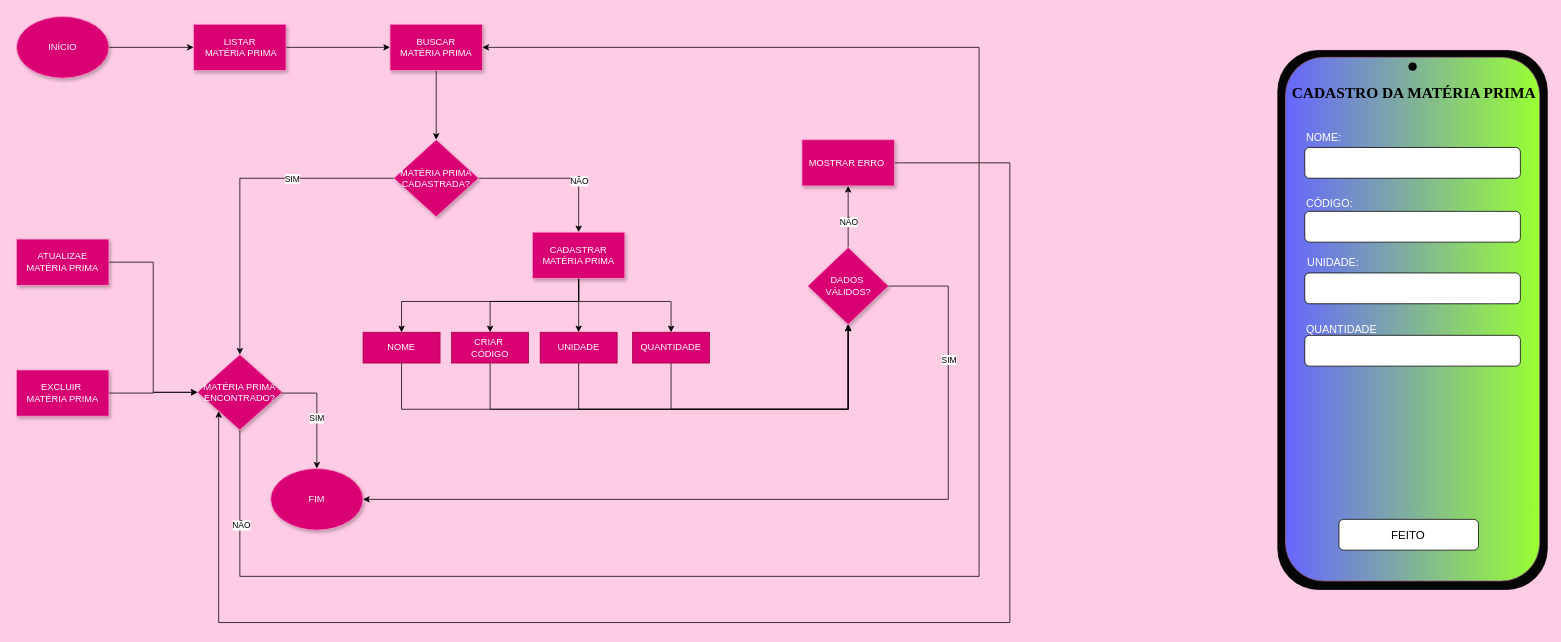
Earlier version of the draw.io diagram page "MATÉRIA PRIMA" (4 of 9) of DOC/FLUXOGRAMA.drawio (Anabovo/avatar.app). Source tidied: cells renumbered, new cells numbered last; positions are measured from the earlier drawing's top-left corner, leaving out a move shared by most shapes. Both pictures are drawn from the tidied source at 77%, with x=0, y=0 at pixel (16, 16).
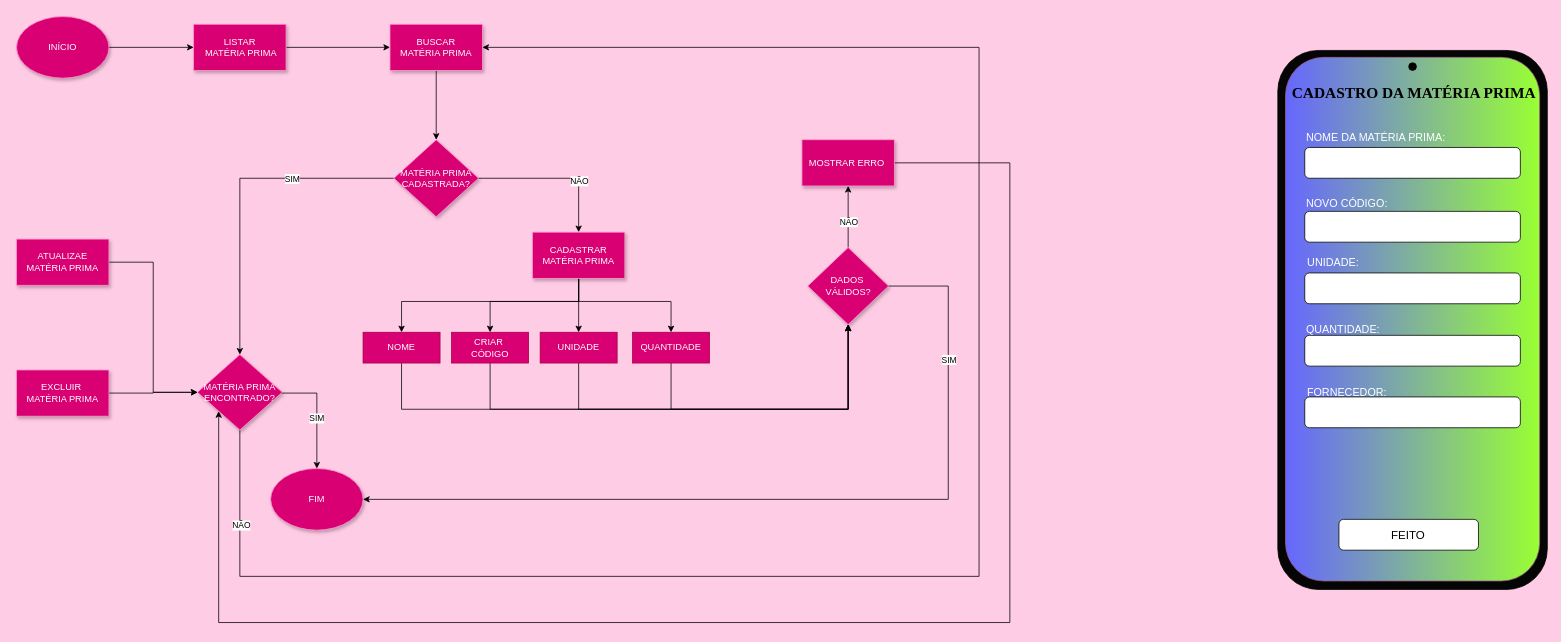
The same page after the edit.

Change to the diagram source:
```diff
@@
-    <mxCell id="47" value="&lt;span style=&quot;font-size: 14px;&quot;&gt;&lt;font color=&quot;#ffffff&quot;&gt;NOME:&lt;/font&gt;&lt;/span&gt;" style="text;html=1;align=left;verticalAlign=middle;whiteSpace=wrap;rounded=0;" parent="1" vertex="1">
-      <mxGeometry x="1673" y="139.5" width="180" height="35" as="geometry" />
+    <mxCell id="47" value="&lt;font color=&quot;#ffffff&quot;&gt;&lt;span style=&quot;font-size: 14px;&quot;&gt;NOME DA MATÉRIA PRIMA:&lt;/span&gt;&lt;/font&gt;" style="text;html=1;align=left;verticalAlign=middle;whiteSpace=wrap;rounded=0;" parent="1" vertex="1">
+      <mxGeometry x="1673" y="139.5" width="197" height="35" as="geometry" />
     </mxCell>
@@
-    <mxCell id="49" value="&lt;span style=&quot;font-size: 14px;&quot;&gt;&lt;font color=&quot;#ffffff&quot;&gt;CÓDIGO:&lt;/font&gt;&lt;/span&gt;" style="text;html=1;align=left;verticalAlign=middle;whiteSpace=wrap;rounded=0;" parent="1" vertex="1">
+    <mxCell id="49" value="&lt;span style=&quot;font-size: 14px;&quot;&gt;&lt;font color=&quot;#ffffff&quot;&gt;NOVO CÓDIGO:&lt;/font&gt;&lt;/span&gt;" style="text;html=1;align=left;verticalAlign=middle;whiteSpace=wrap;rounded=0;" parent="1" vertex="1">
       <mxGeometry x="1673" y="225.5" width="197" height="35" as="geometry" />
     </mxCell>
@@
-    <mxCell id="51" value="&lt;font color=&quot;#ffffff&quot;&gt;&lt;span style=&quot;font-size: 14px;&quot;&gt;QUANTIDADE&lt;/span&gt;&lt;/font&gt;" style="text;html=1;align=left;verticalAlign=middle;whiteSpace=wrap;rounded=0;" parent="1" vertex="1">
+    <mxCell id="51" value="&lt;font color=&quot;#ffffff&quot;&gt;&lt;span style=&quot;font-size: 14px;&quot;&gt;QUANTIDADE:&lt;/span&gt;&lt;/font&gt;" style="text;html=1;align=left;verticalAlign=middle;whiteSpace=wrap;rounded=0;" parent="1" vertex="1">
       <mxGeometry x="1673" y="388" width="200" height="35" as="geometry" />
     </mxCell>
@@
+    <mxCell id="56" value="&lt;font color=&quot;#ffffff&quot;&gt;&lt;span style=&quot;font-size: 14px;&quot;&gt;FORNECEDOR:&lt;/span&gt;&lt;/font&gt;" style="text;html=1;align=center;verticalAlign=middle;whiteSpace=wrap;rounded=0;" parent="1" vertex="1">
+      <mxGeometry x="1673" y="470.5" width="110" height="35" as="geometry" />
+    </mxCell>
+    <mxCell id="57" style="rounded=1;whiteSpace=wrap;html=1;" parent="1" vertex="1">
+      <mxGeometry x="1673" y="494" width="280" height="40" as="geometry" />
+    </mxCell>
```
